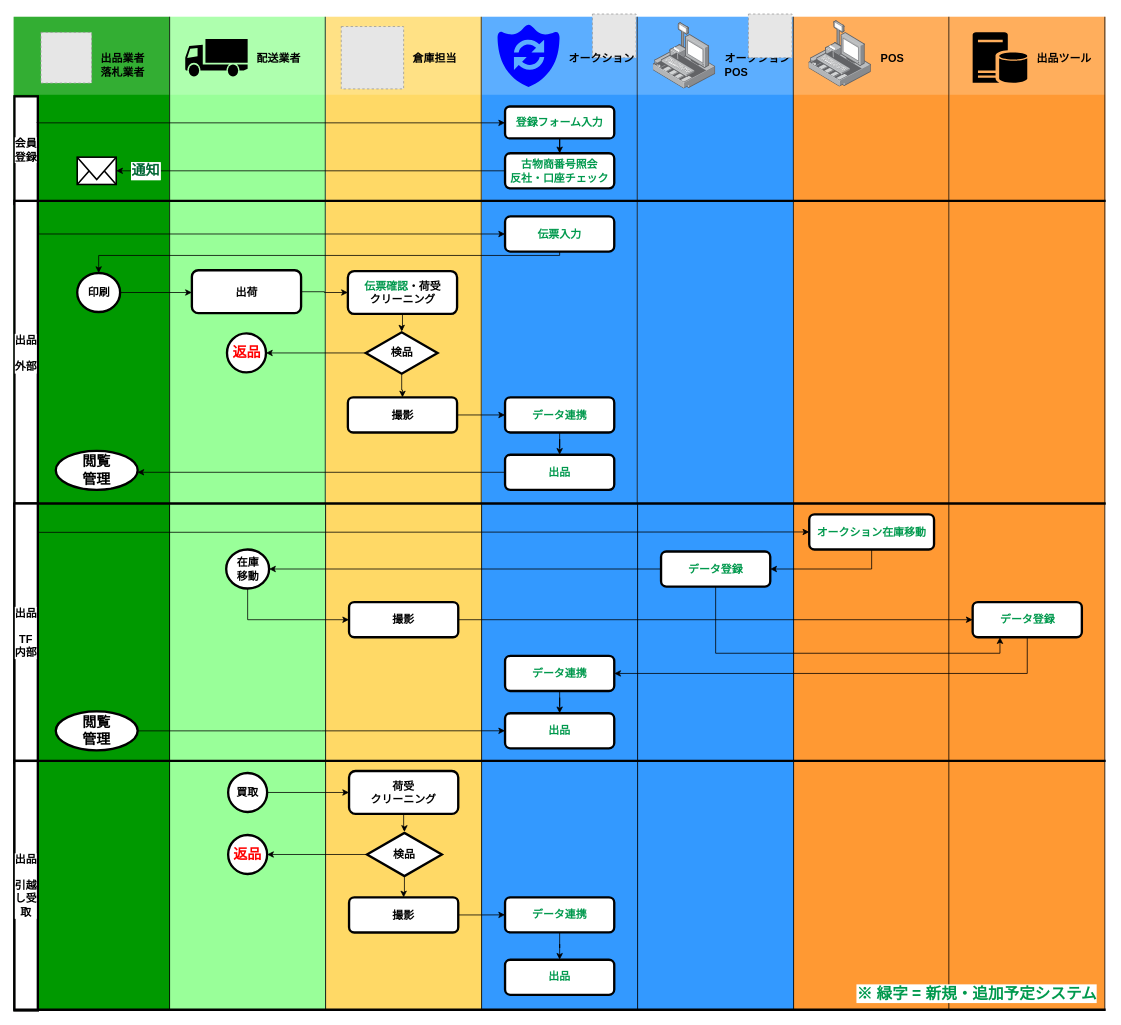
Before: 業務フロー図.drawio in cy-shuhei-ohno/test, a draw.io diagram. Source tidied: cells renumbered, new cells numbered last; positions are measured from the earlier drawing's top-left corner, leaving out a move shared by most shapes. Both pictures are drawn from the tidied source at 78%, with x=0, y=0 at pixel (13, 13). Pictures stored in the file or linked from it are replaced by grey dashed boxes.
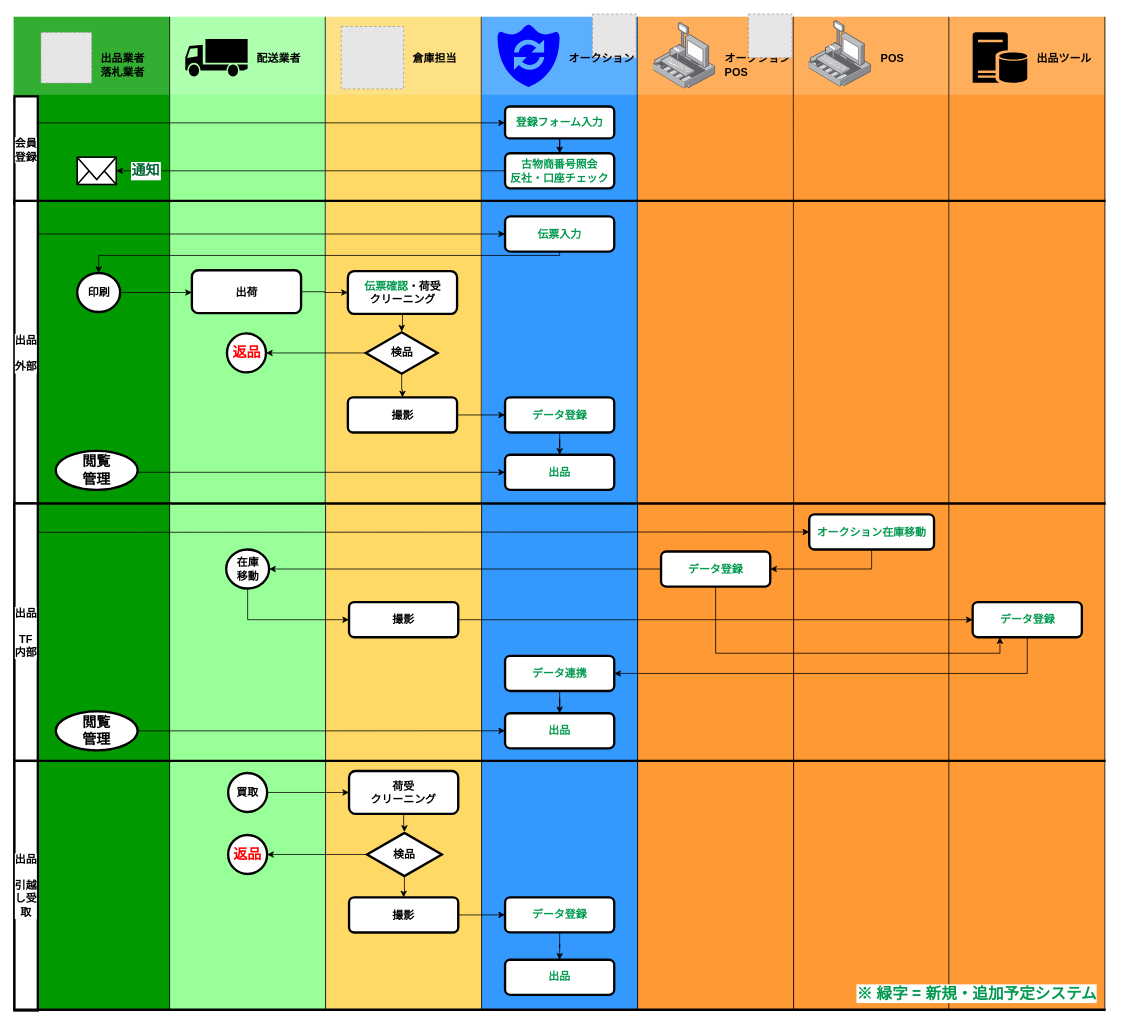
The same diagram, later.

Commit message:
Update 業務フロー図.drawio

Unchanged cells that the change refers to:
```xml
<mxCell id="23" style="group;" parent="1" vertex="1">
  <mxGeometry x="600" y="4" width="200" height="641" as="geometry" />
</mxCell>
<mxCell id="32" value="出品" style="rounded=1;whiteSpace=wrap;html=1;labelBackgroundColor=#ffffff;strokeWidth=3;fillColor=#FFFFFF;gradientColor=none;fontSize=14;fontColor=#00994D;align=center;fontStyle=1;" parent="23" vertex="1">
  <mxGeometry x="30" y="561.5" width="140" height="45" as="geometry" />
</mxCell>
<mxCell id="60" value="閲覧&lt;br&gt;管理&lt;br&gt;" style="ellipse;whiteSpace=wrap;html=1;labelBackgroundColor=#ffffff;strokeWidth=3;fontSize=18;align=center;fontStyle=1;" parent="53" vertex="1">
  <mxGeometry x="54" y="556.5" width="105" height="50" as="geometry" />
</mxCell>
```

Change to the diagram source:
```diff
@@
-    <mxCell id="4" style="whiteSpace=wrap;html=1;labelBackgroundColor=#ffffff;fontSize=14;fontColor=#0000FF;align=left;strokeColor=none;fillColor=#3399FF;" parent="1" vertex="1">
+    <mxCell id="4" style="whiteSpace=wrap;html=1;labelBackgroundColor=#ffffff;fontSize=14;fontColor=#0000FF;align=left;strokeColor=none;fillColor=#FF9933;" parent="1" vertex="1">
       <mxGeometry x="800" y="4" width="200" height="625" as="geometry" />
     </mxCell>
-    <mxCell id="5" style="whiteSpace=wrap;html=1;labelBackgroundColor=#ffffff;fontSize=14;fontColor=#0000FF;align=left;strokeColor=#000000;fillColor=#3399FF;" parent="1" vertex="1">
+    <mxCell id="5" style="whiteSpace=wrap;html=1;labelBackgroundColor=#ffffff;fontSize=14;fontColor=#0000FF;align=left;strokeColor=#000000;fillColor=#FF9933;" parent="1" vertex="1">
       <mxGeometry x="800" y="628" width="200" height="650" as="geometry" />
     </mxCell>
@@
-    <mxCell id="31" value="データ連携&lt;br&gt;" style="rounded=1;whiteSpace=wrap;html=1;labelBackgroundColor=#ffffff;strokeWidth=3;fillColor=#FFFFFF;gradientColor=none;fontSize=14;fontColor=#00994D;align=center;fontStyle=1;" parent="23" vertex="1">
+    <mxCell id="31" value="データ登録" style="rounded=1;whiteSpace=wrap;html=1;labelBackgroundColor=#ffffff;strokeWidth=3;fillColor=#FFFFFF;gradientColor=none;fontSize=14;fontColor=#00994D;align=center;fontStyle=1;" parent="23" vertex="1">
       <mxGeometry x="30" y="488" width="140" height="45" as="geometry" />
     </mxCell>
@@
-    <mxCell id="110" value="データ連携&lt;br&gt;" style="rounded=1;whiteSpace=wrap;html=1;labelBackgroundColor=#ffffff;strokeWidth=3;fillColor=#FFFFFF;gradientColor=none;fontSize=14;fontColor=#00994D;align=center;fontStyle=1;" parent="1" vertex="1">
+    <mxCell id="110" value="データ登録" style="rounded=1;whiteSpace=wrap;html=1;labelBackgroundColor=#ffffff;strokeWidth=3;fillColor=#FFFFFF;gradientColor=none;fontSize=14;fontColor=#00994D;align=center;fontStyle=1;" parent="1" vertex="1">
       <mxGeometry x="630" y="1132.9" width="140" height="45" as="geometry" />
     </mxCell>
@@
-    <mxCell id="115" style="edgeStyle=orthogonalEdgeStyle;rounded=0;jettySize=auto;html=1;" parent="1" edge="1" source="32" target="60">
-      <mxGeometry relative="1" as="geometry">
-        <Array as="points">
-          <mxPoint x="630" y="581" />
-          <mxPoint x="630" y="581" />
-        </Array>
-      </mxGeometry>
-    </mxCell>
@@
+    <mxCell id="119" style="edgeStyle=orthogonalEdgeStyle;rounded=0;jettySize=auto;html=1;entryX=0;entryY=0.5;entryDx=0;entryDy=0;" parent="1" edge="1" source="60" target="32">
+      <mxGeometry relative="1" as="geometry">
+        <Array as="points">
+          <mxPoint x="160" y="586" />
+          <mxPoint x="160" y="588" />
+        </Array>
+      </mxGeometry>
+    </mxCell>
```
